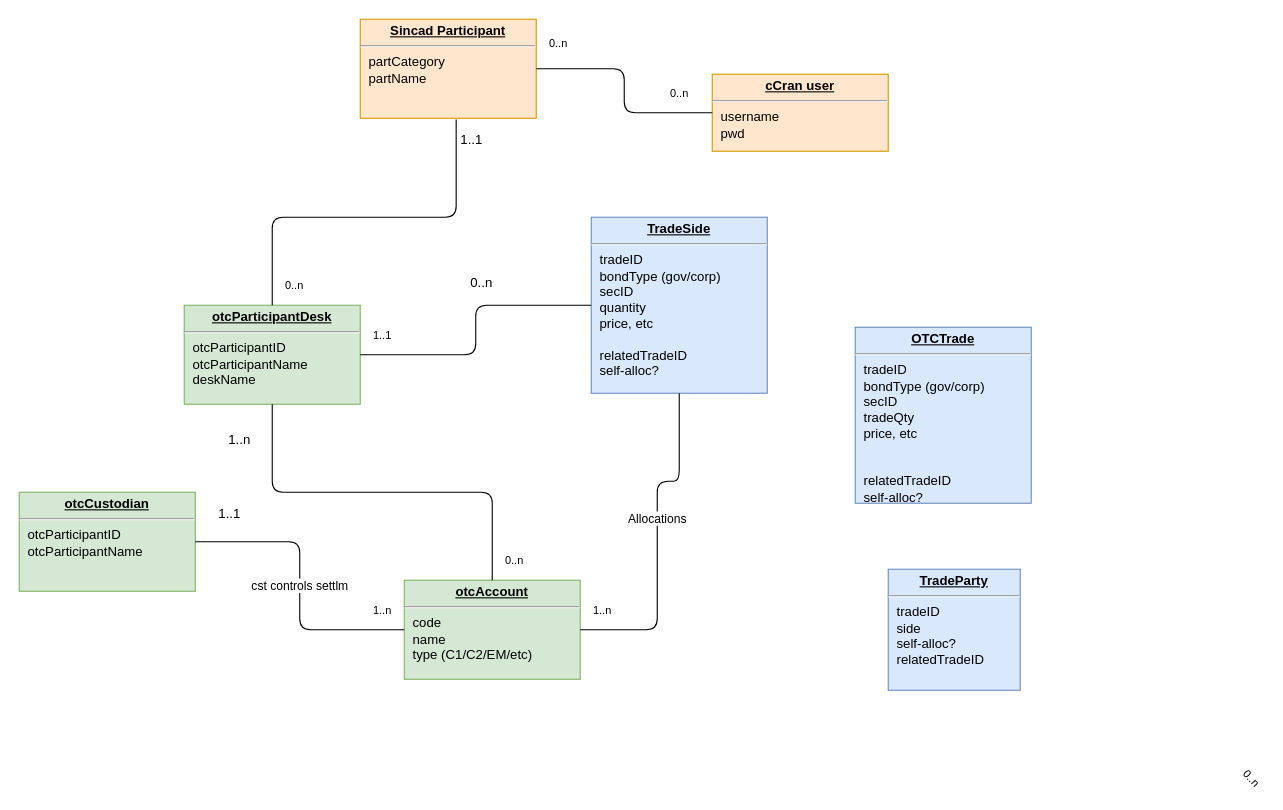
Earlier version of the draw.io diagram Untitled Diagram.drawio (mbolmstrand/graphql_is_the_bomb). Source tidied: cells renumbered, new cells numbered last; positions are measured from the earlier drawing's top-left corner, leaving out a move shared by most shapes. Both pictures are drawn from the tidied source at 110%, with x=0, y=0 at pixel (19, 19).
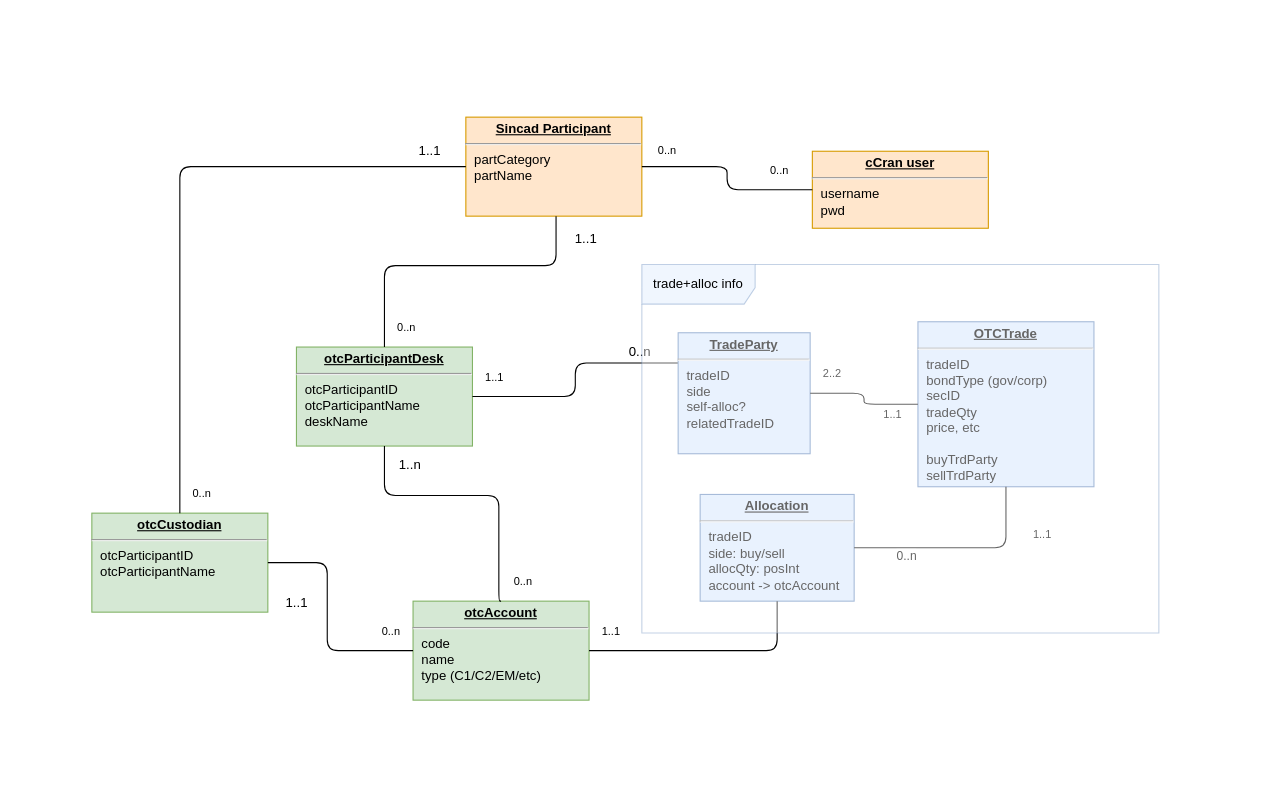
The same diagram, later.

The edit, as a diff of the source:
```diff
@@
     <mxCell id="2" value="&lt;p style=&quot;margin: 0px ; margin-top: 4px ; text-align: center ; text-decoration: underline&quot;&gt;&lt;b&gt;Sincad Participant&lt;/b&gt;&lt;/p&gt;&lt;hr&gt;&lt;p style=&quot;margin: 0px ; margin-left: 8px&quot;&gt;partCategory&lt;br&gt;partName&lt;br&gt;&lt;/p&gt;" style="verticalAlign=top;align=left;overflow=fill;fontSize=12;fontFamily=Helvetica;html=1;fillColor=#ffe6cc;strokeColor=#d79b00;" parent="1" vertex="1">
-      <mxGeometry x="310" width="160" height="90" as="geometry" />
+      <mxGeometry x="406" y="89" width="160" height="90" as="geometry" />
     </mxCell>
     <mxCell id="3" value="&lt;p style=&quot;margin: 0px ; margin-top: 4px ; text-align: center ; text-decoration: underline&quot;&gt;&lt;b&gt;otcParticipantDesk&lt;/b&gt;&lt;/p&gt;&lt;hr&gt;&lt;p style=&quot;margin: 0px ; margin-left: 8px&quot;&gt;otcParticipantID&lt;br&gt;otcParticipantName&lt;br&gt;deskName&lt;/p&gt;" style="verticalAlign=top;align=left;overflow=fill;fontSize=12;fontFamily=Helvetica;html=1;fillColor=#d5e8d4;strokeColor=#82b366;" parent="1" vertex="1">
-      <mxGeometry x="150" y="260" width="160" height="90" as="geometry" />
+      <mxGeometry x="252" y="298" width="160" height="90" as="geometry" />
     </mxCell>
     <mxCell id="4" value="&lt;p style=&quot;margin: 0px ; margin-top: 4px ; text-align: center ; text-decoration: underline&quot;&gt;&lt;b&gt;otcAccount&lt;/b&gt;&lt;/p&gt;&lt;hr&gt;&lt;p style=&quot;margin: 0px ; margin-left: 8px&quot;&gt;code&lt;br&gt;name&lt;/p&gt;&lt;p style=&quot;margin: 0px ; margin-left: 8px&quot;&gt;type (C1/C2/EM/etc)&lt;/p&gt;" style="verticalAlign=top;align=left;overflow=fill;fontSize=12;fontFamily=Helvetica;html=1;fillColor=#d5e8d4;strokeColor=#82b366;" parent="1" vertex="1">
-      <mxGeometry x="350" y="510" width="160" height="90" as="geometry" />
+      <mxGeometry x="358" y="529" width="160" height="90" as="geometry" />
     </mxCell>
     <mxCell id="5" style="endArrow=none;html=1;startArrow=none;startFill=0;edgeStyle=orthogonalEdgeStyle;exitX=0.5;exitY=0;exitDx=0;exitDy=0;endFill=0;" parent="1" edge="1" source="4" target="3">
-      <mxGeometry relative="1" as="geometry" />
+      <mxGeometry relative="1" as="geometry">
+        <Array as="points">
+          <mxPoint x="436" y="433" />
+          <mxPoint x="332" y="433" />
+        </Array>
+      </mxGeometry>
     </mxCell>
@@
     <mxCell id="8" value="1..n" style="text;html=1;align=center;verticalAlign=middle;" parent="1" vertex="1">
-      <mxGeometry x="180" y="373" width="40" height="20" as="geometry" />
+      <mxGeometry x="335" y="395" width="40" height="20" as="geometry" />
     </mxCell>
-    <mxCell id="9" style="endArrow=none;html=1;startArrow=none;startFill=0;edgeStyle=orthogonalEdgeStyle;exitX=0.5;exitY=0;exitDx=0;exitDy=0;endFill=0;entryX=0.545;entryY=1.013;entryDx=0;entryDy=0;entryPerimeter=0;" parent="1" edge="1" source="3" target="2">
+    <mxCell id="9" style="endArrow=none;html=1;startArrow=none;startFill=0;edgeStyle=orthogonalEdgeStyle;exitX=0.5;exitY=0;exitDx=0;exitDy=0;endFill=0;" parent="1" edge="1" source="3" target="2">
       <mxGeometry x="-0.29" y="40" relative="1" as="geometry">
         <Array as="points">
-          <mxPoint x="230" y="180" />
-          <mxPoint x="397" y="180" />
+          <mxPoint x="332" y="224" />
+          <mxPoint x="488" y="224" />
         </Array>
       </mxGeometry>
     </mxCell>
@@
     <mxCell id="12" value="1..1" style="text;html=1;align=center;verticalAlign=middle;" parent="1" vertex="1">
-      <mxGeometry x="391" y="100" width="40" height="20" as="geometry" />
+      <mxGeometry x="495" y="190" width="40" height="20" as="geometry" />
     </mxCell>
-    <mxCell id="13" value="&lt;p style=&quot;margin: 0px ; margin-top: 4px ; text-align: center ; text-decoration: underline&quot;&gt;&lt;b&gt;TradeSide&lt;/b&gt;&lt;/p&gt;&lt;hr&gt;&lt;p style=&quot;margin: 0px ; margin-left: 8px&quot;&gt;tradeID&lt;/p&gt;&lt;p style=&quot;margin: 0px ; margin-left: 8px&quot;&gt;bondType (gov/corp)&lt;/p&gt;&lt;p style=&quot;margin: 0px ; margin-left: 8px&quot;&gt;secID&lt;/p&gt;&lt;p style=&quot;margin: 0px ; margin-left: 8px&quot;&gt;quantity&lt;/p&gt;&lt;p style=&quot;margin: 0px ; margin-left: 8px&quot;&gt;price, etc&lt;/p&gt;&lt;p style=&quot;margin: 0px ; margin-left: 8px&quot;&gt;&lt;br&gt;&lt;/p&gt;&lt;p style=&quot;margin: 0px ; margin-left: 8px&quot;&gt;relatedTradeID&lt;/p&gt;&lt;p style=&quot;margin: 0px ; margin-left: 8px&quot;&gt;self-alloc?&lt;/p&gt;&lt;p style=&quot;margin: 0px ; margin-left: 8px&quot;&gt;&lt;br&gt;&lt;/p&gt;" style="verticalAlign=top;align=left;overflow=fill;fontSize=12;fontFamily=Helvetica;html=1;fillColor=#dae8fc;strokeColor=#6c8ebf;" parent="1" vertex="1">
-      <mxGeometry x="520" y="180" width="160" height="160" as="geometry" />
-    </mxCell>
-    <mxCell id="14" style="endArrow=none;html=1;startArrow=none;startFill=0;edgeStyle=orthogonalEdgeStyle;exitX=1;exitY=0.5;exitDx=0;exitDy=0;endFill=0;entryX=0;entryY=0.5;entryDx=0;entryDy=0;" parent="1" edge="1" source="3" target="13">
+    <mxCell id="14" style="endArrow=none;html=1;startArrow=none;startFill=0;edgeStyle=orthogonalEdgeStyle;exitX=1;exitY=0.5;exitDx=0;exitDy=0;endFill=0;entryX=0;entryY=0.25;entryDx=0;entryDy=0;" parent="1" edge="1" source="3" target="33">
       <mxGeometry relative="1" as="geometry" />
     </mxCell>
@@
-    <mxCell id="17" value="0..n" style="html=1;align=left;verticalAlign=top;labelBackgroundColor=#ffffff;fontSize=10;rotation=48;" parent="1" vertex="1">
-      <mxGeometry x="530" y="475" as="geometry">
-        <mxPoint x="545.3" y="-307.3" as="offset" />
-      </mxGeometry>
-    </mxCell>
-    <mxCell id="18" value="Allocations" style="endArrow=none;html=1;startArrow=none;startFill=0;edgeStyle=orthogonalEdgeStyle;exitX=1;exitY=0.5;exitDx=0;exitDy=0;endFill=0;entryX=0.5;entryY=1;entryDx=0;entryDy=0;" parent="1" edge="1" source="4" target="13">
-      <mxGeometry x="0.12" relative="1" as="geometry">
-        <Array as="points">
-          <mxPoint x="580" y="555" />
-          <mxPoint x="580" y="420" />
-          <mxPoint x="600" y="420" />
-        </Array>
-      </mxGeometry>
-    </mxCell>
-    <mxCell id="19" value="1..n" style="html=1;align=left;verticalAlign=top;labelBackgroundColor=#ffffff;fontSize=10;" parent="18" vertex="1">
-      <mxGeometry x="-1" relative="1" as="geometry">
-        <mxPoint x="10" y="-30" as="offset" />
-      </mxGeometry>
-    </mxCell>
-    <mxCell id="20" style="html=1;align=right;verticalAlign=top;labelBackgroundColor=#ffffff;fontSize=10;" parent="18" vertex="1">
-      <mxGeometry x="1" relative="1" as="geometry">
-        <mxPoint x="-15.2" y="4.7" as="offset" />
-      </mxGeometry>
-    </mxCell>
     <mxCell id="21" value="0..n" style="text;html=1;align=center;verticalAlign=middle;" parent="1" vertex="1">
-      <mxGeometry x="400" y="230" width="40" height="20" as="geometry" />
+      <mxGeometry x="544" y="293" width="40" height="20" as="geometry" />
     </mxCell>
     <mxCell id="22" value="&lt;p style=&quot;margin: 0px ; margin-top: 4px ; text-align: center ; text-decoration: underline&quot;&gt;&lt;b&gt;otcCustodian&lt;/b&gt;&lt;/p&gt;&lt;hr&gt;&lt;p style=&quot;margin: 0px ; margin-left: 8px&quot;&gt;otcParticipantID&lt;br&gt;otcParticipantName&lt;br&gt;&lt;br&gt;&lt;/p&gt;" style="verticalAlign=top;align=left;overflow=fill;fontSize=12;fontFamily=Helvetica;html=1;fillColor=#d5e8d4;strokeColor=#82b366;" parent="1" vertex="1">
-      <mxGeometry y="430" width="160" height="90" as="geometry" />
+      <mxGeometry x="66" y="449" width="160" height="90" as="geometry" />
     </mxCell>
-    <mxCell id="23" value="cst controls settlm" style="endArrow=none;html=1;startArrow=none;startFill=0;edgeStyle=orthogonalEdgeStyle;exitX=0;exitY=0.5;exitDx=0;exitDy=0;endFill=0;entryX=1;entryY=0.5;entryDx=0;entryDy=0;" parent="1" edge="1" source="4" target="22">
-      <mxGeometry relative="1" as="geometry" />
+    <mxCell id="23" style="endArrow=none;html=1;startArrow=none;startFill=0;edgeStyle=orthogonalEdgeStyle;exitX=0;exitY=0.5;exitDx=0;exitDy=0;endFill=0;entryX=1;entryY=0.5;entryDx=0;entryDy=0;" parent="1" edge="1" source="4" target="22">
+      <mxGeometry relative="1" as="geometry">
+        <Array as="points">
+          <mxPoint x="280" y="574" />
+          <mxPoint x="280" y="494" />
+        </Array>
+      </mxGeometry>
     </mxCell>
-    <mxCell id="24" value="1..n" style="html=1;align=left;verticalAlign=top;labelBackgroundColor=#ffffff;fontSize=10;" parent="23" vertex="1">
+    <mxCell id="24" value="0..n" style="html=1;align=left;verticalAlign=top;labelBackgroundColor=#ffffff;fontSize=10;" parent="23" vertex="1">
       <mxGeometry x="-1" relative="1" as="geometry">
         <mxPoint x="-30" y="-30" as="offset" />
       </mxGeometry>
     </mxCell>
@@
     <mxCell id="26" value="1..1" style="text;html=1;align=center;verticalAlign=middle;" parent="1" vertex="1">
-      <mxGeometry x="171" y="440" width="40" height="20" as="geometry" />
+      <mxGeometry x="232" y="521" width="40" height="20" as="geometry" />
     </mxCell>
     <mxCell id="27" value="&lt;p style=&quot;margin: 0px ; margin-top: 4px ; text-align: center ; text-decoration: underline&quot;&gt;&lt;b&gt;cCran user&lt;/b&gt;&lt;/p&gt;&lt;hr&gt;&lt;p style=&quot;margin: 0px ; margin-left: 8px&quot;&gt;username&lt;br&gt;pwd&lt;/p&gt;" style="verticalAlign=top;align=left;overflow=fill;fontSize=12;fontFamily=Helvetica;html=1;fillColor=#ffe6cc;strokeColor=#d79b00;" parent="1" vertex="1">
-      <mxGeometry x="630" y="50" width="160" height="70" as="geometry" />
+      <mxGeometry x="721" y="120" width="160" height="70" as="geometry" />
     </mxCell>
@@
     <mxCell id="31" value="0..n" style="html=1;align=left;verticalAlign=top;labelBackgroundColor=#ffffff;fontSize=10;" parent="1" vertex="1">
-      <mxGeometry x="520" y="40" as="geometry">
+      <mxGeometry x="619" y="137" as="geometry">
         <mxPoint x="-40" y="-30" as="offset" />
       </mxGeometry>
     </mxCell>
-    <mxCell id="32" value="&lt;p style=&quot;margin: 0px ; margin-top: 4px ; text-align: center ; text-decoration: underline&quot;&gt;&lt;b&gt;OTCTrade&lt;/b&gt;&lt;/p&gt;&lt;hr&gt;&lt;p style=&quot;margin: 0px ; margin-left: 8px&quot;&gt;tradeID&lt;/p&gt;&lt;p style=&quot;margin: 0px ; margin-left: 8px&quot;&gt;bondType (gov/corp)&lt;/p&gt;&lt;p style=&quot;margin: 0px ; margin-left: 8px&quot;&gt;secID&lt;/p&gt;&lt;p style=&quot;margin: 0px ; margin-left: 8px&quot;&gt;tradeQty&lt;/p&gt;&lt;p style=&quot;margin: 0px ; margin-left: 8px&quot;&gt;price, etc&lt;/p&gt;&lt;p style=&quot;margin: 0px ; margin-left: 8px&quot;&gt;&lt;br&gt;&lt;/p&gt;&lt;p style=&quot;margin: 0px ; margin-left: 8px&quot;&gt;&lt;br&gt;&lt;/p&gt;&lt;p style=&quot;margin: 0px ; margin-left: 8px&quot;&gt;relatedTradeID&lt;/p&gt;&lt;p style=&quot;margin: 0px ; margin-left: 8px&quot;&gt;self-alloc?&lt;/p&gt;&lt;p style=&quot;margin: 0px ; margin-left: 8px&quot;&gt;&lt;br&gt;&lt;/p&gt;" style="verticalAlign=top;align=left;overflow=fill;fontSize=12;fontFamily=Helvetica;html=1;fillColor=#dae8fc;strokeColor=#6c8ebf;" parent="1" vertex="1">
-      <mxGeometry x="760" y="280" width="160" height="160" as="geometry" />
+    <mxCell id="32" value="&lt;p style=&quot;margin: 0px ; margin-top: 4px ; text-align: center ; text-decoration: underline&quot;&gt;&lt;b&gt;OTCTrade&lt;/b&gt;&lt;/p&gt;&lt;hr&gt;&lt;p style=&quot;margin: 0px ; margin-left: 8px&quot;&gt;tradeID&lt;/p&gt;&lt;p style=&quot;margin: 0px ; margin-left: 8px&quot;&gt;bondType (gov/corp)&lt;/p&gt;&lt;p style=&quot;margin: 0px ; margin-left: 8px&quot;&gt;secID&lt;/p&gt;&lt;p style=&quot;margin: 0px ; margin-left: 8px&quot;&gt;tradeQty&lt;/p&gt;&lt;p style=&quot;margin: 0px ; margin-left: 8px&quot;&gt;price, etc&lt;/p&gt;&lt;p style=&quot;margin: 0px ; margin-left: 8px&quot;&gt;&lt;br&gt;&lt;/p&gt;&lt;p style=&quot;margin: 0px ; margin-left: 8px&quot;&gt;buyTrdParty&lt;/p&gt;&lt;p style=&quot;margin: 0px ; margin-left: 8px&quot;&gt;sellTrdParty&lt;/p&gt;" style="verticalAlign=top;align=left;overflow=fill;fontSize=12;fontFamily=Helvetica;html=1;fillColor=#dae8fc;strokeColor=#6c8ebf;" parent="1" vertex="1">
+      <mxGeometry x="817" y="275" width="160" height="150" as="geometry" />
     </mxCell>
     <mxCell id="33" value="&lt;p style=&quot;margin: 0px ; margin-top: 4px ; text-align: center ; text-decoration: underline&quot;&gt;&lt;b&gt;TradeParty&lt;/b&gt;&lt;/p&gt;&lt;hr&gt;&lt;p style=&quot;margin: 0px ; margin-left: 8px&quot;&gt;tradeID&lt;/p&gt;&lt;p style=&quot;margin: 0px ; margin-left: 8px&quot;&gt;side&lt;/p&gt;&lt;p style=&quot;margin: 0px ; margin-left: 8px&quot;&gt;self-alloc?&lt;/p&gt;&lt;p style=&quot;margin: 0px ; margin-left: 8px&quot;&gt;relatedTradeID&lt;/p&gt;&lt;p style=&quot;margin: 0px ; margin-left: 8px&quot;&gt;&lt;/p&gt;" style="verticalAlign=top;align=left;overflow=fill;fontSize=12;fontFamily=Helvetica;html=1;fillColor=#dae8fc;strokeColor=#6c8ebf;" parent="1" vertex="1">
-      <mxGeometry x="790" y="500" width="120" height="110" as="geometry" />
+      <mxGeometry x="599" y="285" width="120" height="110" as="geometry" />
     </mxCell>
+    <mxCell id="34" value="&lt;p style=&quot;margin: 0px ; margin-top: 4px ; text-align: center ; text-decoration: underline&quot;&gt;&lt;b&gt;Allocation&lt;/b&gt;&lt;/p&gt;&lt;hr&gt;&lt;p style=&quot;margin: 0px ; margin-left: 8px&quot;&gt;tradeID&lt;/p&gt;&lt;p style=&quot;margin: 0px ; margin-left: 8px&quot;&gt;side: buy/sell&lt;/p&gt;&lt;p style=&quot;margin: 0px ; margin-left: 8px&quot;&gt;allocQty: posInt&amp;nbsp;&lt;/p&gt;&lt;p style=&quot;margin: 0px ; margin-left: 8px&quot;&gt;account -&amp;gt; otcAccount&lt;/p&gt;" style="verticalAlign=top;align=left;overflow=fill;fontSize=12;fontFamily=Helvetica;html=1;fillColor=#dae8fc;strokeColor=#6c8ebf;" parent="1" vertex="1">
+      <mxGeometry x="619" y="432" width="140" height="97" as="geometry" />
+    </mxCell>
+    <mxCell id="35" style="endArrow=none;html=1;startArrow=none;startFill=0;edgeStyle=orthogonalEdgeStyle;exitX=1;exitY=0.5;exitDx=0;exitDy=0;endFill=0;entryX=0;entryY=0.5;entryDx=0;entryDy=0;" parent="1" edge="1" source="33" target="32">
+      <mxGeometry relative="1" as="geometry" />
+    </mxCell>
+    <mxCell id="36" value="2..2" style="html=1;align=left;verticalAlign=top;labelBackgroundColor=#ffffff;fontSize=10;" parent="35" vertex="1">
+      <mxGeometry x="-1" relative="1" as="geometry">
+        <mxPoint x="10" y="-30" as="offset" />
+      </mxGeometry>
+    </mxCell>
+    <mxCell id="37" style="html=1;align=right;verticalAlign=top;labelBackgroundColor=#ffffff;fontSize=10;" parent="35" vertex="1">
+      <mxGeometry x="1" relative="1" as="geometry">
+        <mxPoint x="-15.2" y="4.7" as="offset" />
+      </mxGeometry>
+    </mxCell>
+    <mxCell id="38" style="endArrow=none;html=1;startArrow=none;startFill=0;edgeStyle=orthogonalEdgeStyle;exitX=1;exitY=0.5;exitDx=0;exitDy=0;endFill=0;entryX=0.5;entryY=1;entryDx=0;entryDy=0;" parent="1" edge="1" source="34" target="32">
+      <mxGeometry relative="1" as="geometry" />
+    </mxCell>
+    <mxCell id="39" value="1..1" style="html=1;align=left;verticalAlign=top;labelBackgroundColor=#ffffff;fontSize=10;" parent="38" vertex="1">
+      <mxGeometry x="-1" relative="1" as="geometry">
+        <mxPoint x="161" y="-24.5" as="offset" />
+      </mxGeometry>
+    </mxCell>
+    <mxCell id="40" style="html=1;align=right;verticalAlign=top;labelBackgroundColor=#ffffff;fontSize=10;" parent="38" vertex="1">
+      <mxGeometry x="1" relative="1" as="geometry">
+        <mxPoint x="-15.2" y="4.7" as="offset" />
+      </mxGeometry>
+    </mxCell>
+    <mxCell id="41" style="endArrow=none;html=1;startArrow=none;startFill=0;edgeStyle=orthogonalEdgeStyle;exitX=1;exitY=0.5;exitDx=0;exitDy=0;endFill=0;entryX=0.5;entryY=1;entryDx=0;entryDy=0;" parent="1" edge="1" source="4" target="34">
+      <mxGeometry relative="1" as="geometry" />
+    </mxCell>
+    <mxCell id="42" value="1..1" style="html=1;align=left;verticalAlign=top;labelBackgroundColor=#ffffff;fontSize=10;" parent="41" vertex="1">
+      <mxGeometry x="-1" relative="1" as="geometry">
+        <mxPoint x="10" y="-30" as="offset" />
+      </mxGeometry>
+    </mxCell>
+    <mxCell id="43" style="html=1;align=right;verticalAlign=top;labelBackgroundColor=#ffffff;fontSize=10;" parent="41" vertex="1">
+      <mxGeometry x="1" relative="1" as="geometry">
+        <mxPoint x="-15.2" y="4.7" as="offset" />
+      </mxGeometry>
+    </mxCell>
+    <mxCell id="44" value="1..1" style="html=1;align=left;verticalAlign=top;labelBackgroundColor=#ffffff;fontSize=10;direction=west;" parent="1" vertex="1">
+      <mxGeometry x="749" y="415" as="geometry">
+        <mxPoint x="35" y="-68" as="offset" />
+      </mxGeometry>
+    </mxCell>
+    <mxCell id="45" value="&lt;font style=&quot;font-size: 11px&quot;&gt;0..n&lt;/font&gt;" style="html=1;align=left;verticalAlign=top;labelBackgroundColor=#ffffff;fontSize=10;" parent="1" vertex="1">
+      <mxGeometry x="666" y="558" as="geometry">
+        <mxPoint x="130" y="-83" as="offset" />
+      </mxGeometry>
+    </mxCell>
+    <mxCell id="46" value="trade+alloc info" style="shape=umlFrame;whiteSpace=wrap;html=1;shadow=0;comic=0;opacity=40;swimlaneFillColor=#ffffff;fillColor=#dae8fc;strokeColor=#6c8ebf;width=103;height=36;" parent="1" vertex="1">
+      <mxGeometry x="566" y="223" width="470" height="335" as="geometry" />
+    </mxCell>
+    <mxCell id="47" style="endArrow=none;html=1;startArrow=none;startFill=0;edgeStyle=orthogonalEdgeStyle;exitX=0.5;exitY=0;exitDx=0;exitDy=0;endFill=0;entryX=0;entryY=0.5;entryDx=0;entryDy=0;" parent="1" edge="1" source="22" target="2">
+      <mxGeometry relative="1" as="geometry" />
+    </mxCell>
+    <mxCell id="48" value="0..n" style="html=1;align=left;verticalAlign=top;labelBackgroundColor=#ffffff;fontSize=10;" parent="47" vertex="1">
+      <mxGeometry x="-1" relative="1" as="geometry">
+        <mxPoint x="10" y="-30" as="offset" />
+      </mxGeometry>
+    </mxCell>
+    <mxCell id="49" style="html=1;align=right;verticalAlign=top;labelBackgroundColor=#ffffff;fontSize=10;" parent="47" vertex="1">
+      <mxGeometry x="1" relative="1" as="geometry">
+        <mxPoint x="-15.2" y="4.7" as="offset" />
+      </mxGeometry>
+    </mxCell>
+    <mxCell id="50" value="1..1" style="text;html=1;align=center;verticalAlign=middle;" parent="1" vertex="1">
+      <mxGeometry x="353" y="110" width="40" height="20" as="geometry" />
+    </mxCell>
```
